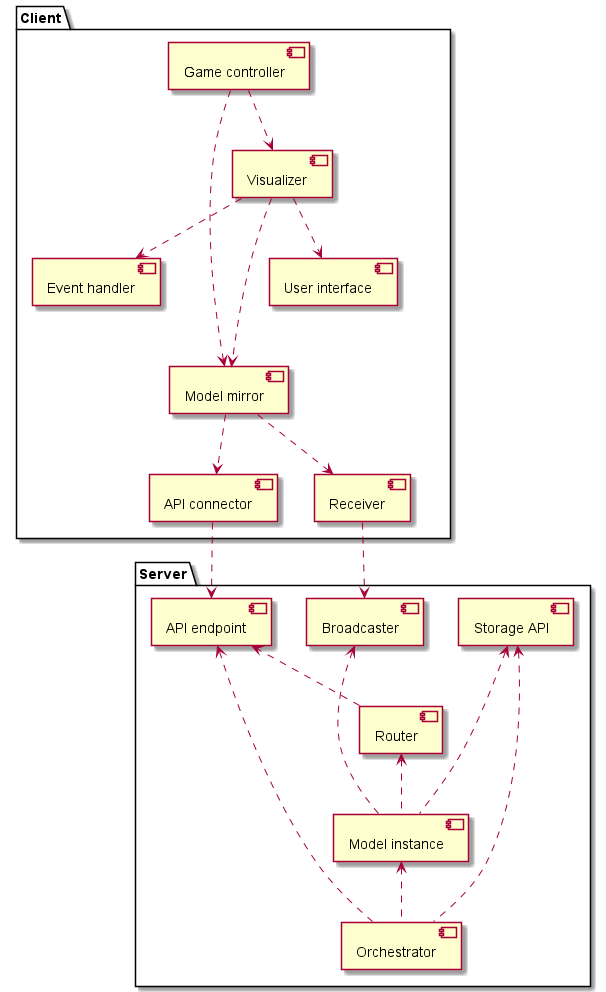
This is Development/Component/ClientServer.png from SWA-group-1/PlantUML, a PlantUML export, as it was before one commit.
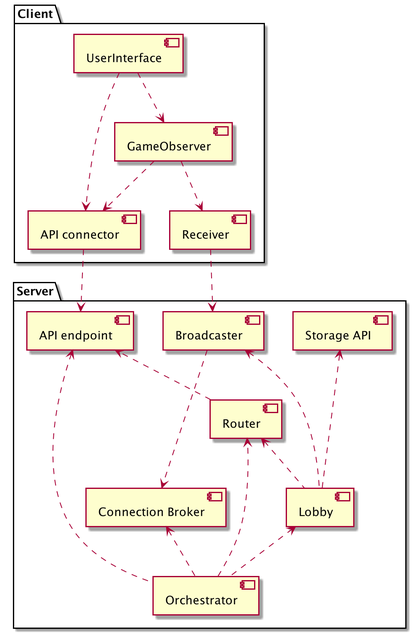
Later version of the same file.

Commit message:
Update clientserver model

Diff of the diagram source:
```diff
@@ -4,16 +4,19 @@
     component "API endpoint" as endpoint
     component "Broadcaster" as broadcaster
     component "Router" as router
-    component "Model instance" as model
+    component "Lobby" as lobby
     component "Orchestrator" as orchestrator
     component "Storage API" as storage
+    component "Connection Broker" as broker
 
+    orchestrator .up.> broker
+    broadcaster ..> broker
     orchestrator .up.> endpoint
-    orchestrator .up.> model
-    orchestrator .up.> storage
-    model .up.> router
-    model .up.> broadcaster
-    model .up.> storage
+    orchestrator .up.> lobby
+    orchestrator ..> router
+    lobby .up.> router
+    lobby .up.> broadcaster
+    lobby ..> storage
     router -[hidden]up- broadcaster
     router -[hidden]up- storage
     router .down.> endpoint
@@ -22,28 +25,15 @@
 }
 
 package "Client" {
-    component "Event handler" as event
-    component "Game controller" as controller
-    component "Model mirror" as mirror
+    component GameObserver
+    component UserInterface
     component "Receiver" as receiver
     component "API connector" as connector
-    component "Visualizer" as visualizer
-    component "User interface" as ui
 
-    controller .down.> visualizer
-    controller .down.> mirror
-    visualizer .down.> event
-    visualizer .down.> mirror
-    visualizer -[hidden]down- receiver
-    visualizer .down.> ui
-    event -[hidden]- mirror
-    event -[hidden]- receiver
-    event -[hidden]- connector
-    ui -[hidden]- mirror
-    ui -[hidden]- receiver
-    ui -[hidden]- connector
-    mirror ..> connector
-    mirror ..> receiver
+    GameObserver ..> receiver
+    UserInterface ..> GameObserver
+    UserInterface ..> connector
+    GameObserver ..> connector
 }
 
 receiver ..> broadcaster
```
